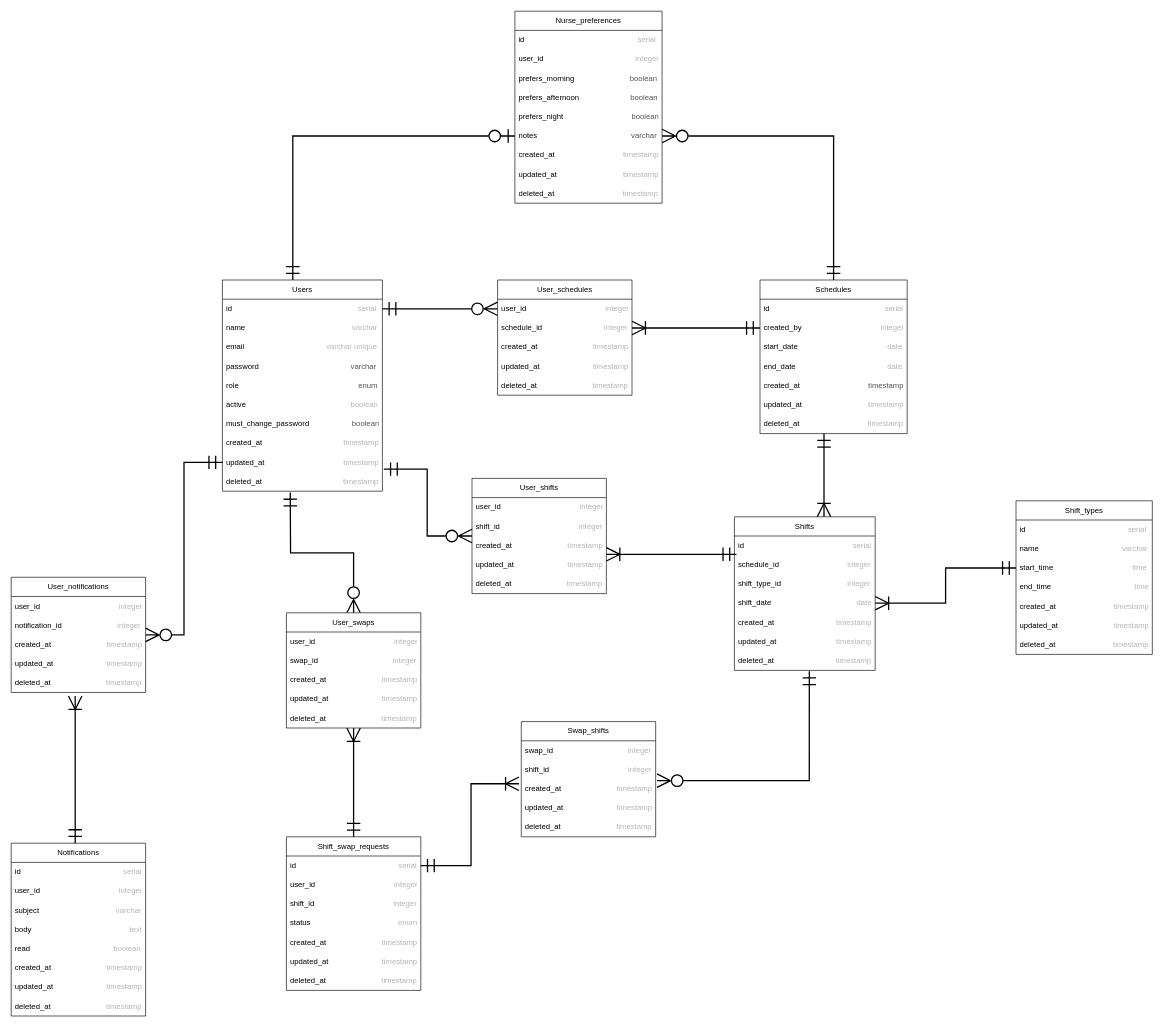
Earlier version of the draw.io diagram BD PI.drawio (isa17santos/pi-GestaoHorarios-Enfermagem). Source tidied: cells renumbered, new cells numbered last; positions are measured from the earlier drawing's top-left corner, leaving out a move shared by most shapes. Both pictures are drawn from the tidied source at 64%, with x=0, y=0 at pixel (11, 11).
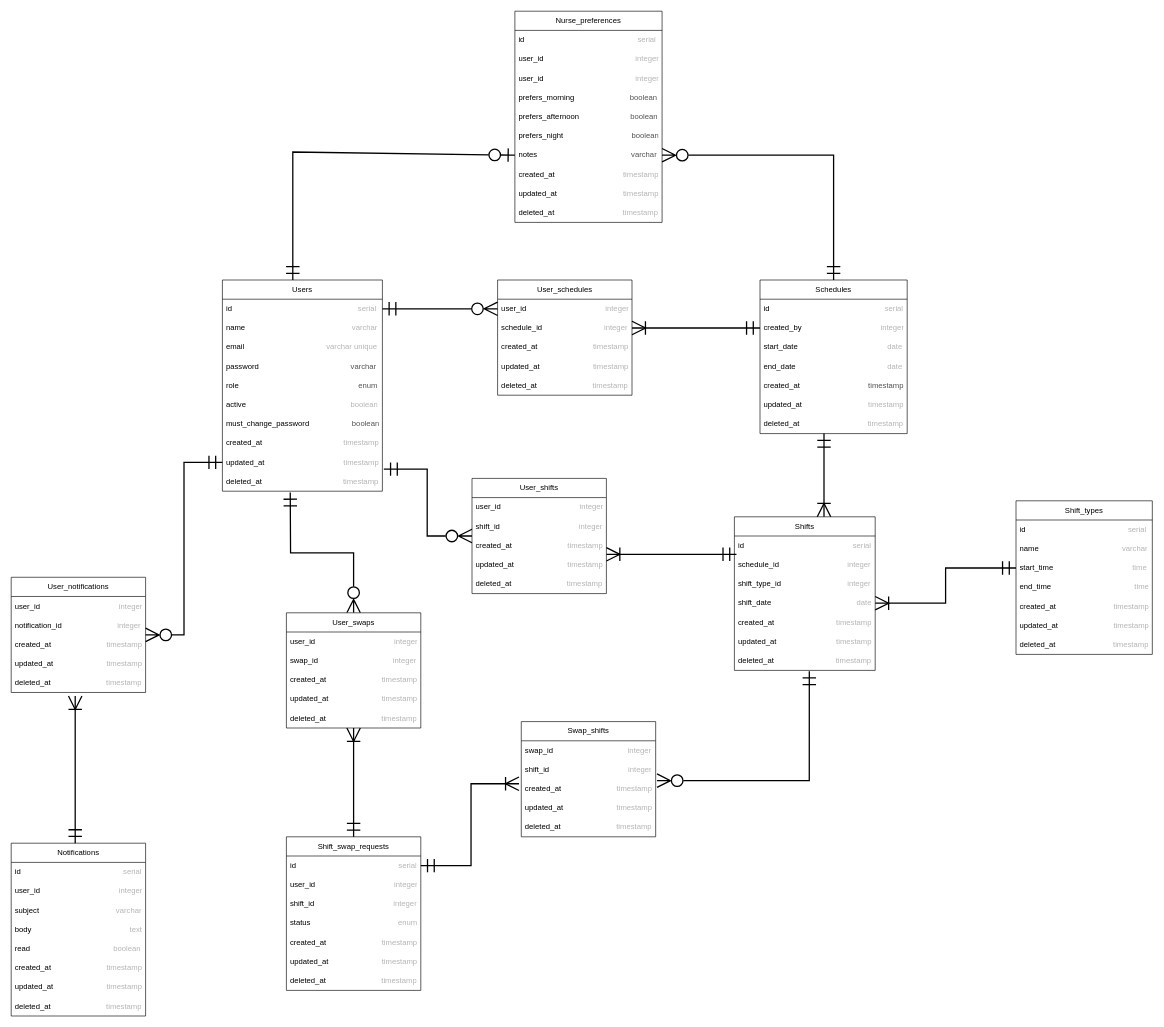
The same page after the edit.

The change refers to these unchanged cells:
```xml
<mxCell id="2" value="Users" style="swimlane;fontStyle=0;horizontal=1;startSize=30;whiteSpace=wrap;html=1;direction=east;" parent="1" vertex="1">
  <mxGeometry x="330" y="420" width="250" height="330" as="geometry" />
</mxCell>
```

What changed in the source:
```diff
@@
     <mxCell id="13" value="Nurse_preferences" style="swimlane;fontStyle=0;horizontal=1;startSize=30;whiteSpace=wrap;html=1;direction=east;" parent="1" vertex="1">
-      <mxGeometry x="787" width="230" height="300" as="geometry" />
+      <mxGeometry x="787" width="230" height="330" as="geometry" />
     </mxCell>
@@
+    <mxCell id="108" value="user_id&amp;nbsp; &amp;nbsp; &amp;nbsp; &amp;nbsp; &amp;nbsp; &amp;nbsp; &amp;nbsp; &amp;nbsp; &amp;nbsp; &amp;nbsp; &amp;nbsp; &amp;nbsp; &amp;nbsp; &amp;nbsp; &amp;nbsp; &amp;nbsp; &amp;nbsp; &amp;nbsp; &amp;nbsp; &amp;nbsp; &amp;nbsp; &amp;nbsp;&lt;span style=&quot;color: rgb(180, 180, 180);&quot;&gt;integer&lt;/span&gt;" style="text;strokeColor=none;fillColor=none;align=left;verticalAlign=middle;spacingLeft=4;spacingRight=4;overflow=hidden;whiteSpace=wrap;html=1;" parent="13" vertex="1">
+      <mxGeometry y="90" width="230" height="30" as="geometry" />
+    </mxCell>
     <mxCell id="16" value="prefers_morning&amp;nbsp; &amp;nbsp; &amp;nbsp; &amp;nbsp; &amp;nbsp; &amp;nbsp; &amp;nbsp; &amp;nbsp; &amp;nbsp; &amp;nbsp; &amp;nbsp; &amp;nbsp; &amp;nbsp;&amp;nbsp;&lt;span&gt;&lt;font style=&quot;color: light-dark(rgb(82, 82, 82), rgb(82, 82, 82));&quot;&gt;boolean&lt;/font&gt;&lt;/span&gt;" style="text;strokeColor=none;fillColor=none;align=left;verticalAlign=middle;spacingLeft=4;spacingRight=4;overflow=hidden;whiteSpace=wrap;html=1;" parent="13" vertex="1">
-      <mxGeometry y="90" width="230" height="30" as="geometry" />
+      <mxGeometry y="120" width="230" height="30" as="geometry" />
     </mxCell>
     <mxCell id="17" value="prefers_afternoon&amp;nbsp; &amp;nbsp; &amp;nbsp; &amp;nbsp; &amp;nbsp; &amp;nbsp; &amp;nbsp; &amp;nbsp; &amp;nbsp; &amp;nbsp; &amp;nbsp; &amp;nbsp;&amp;nbsp;&lt;span&gt;&lt;font style=&quot;color: light-dark(rgb(82, 82, 82), rgb(82, 82, 82));&quot;&gt;boolean&lt;/font&gt;&lt;/span&gt;" style="text;strokeColor=none;fillColor=none;align=left;verticalAlign=middle;spacingLeft=4;spacingRight=4;overflow=hidden;whiteSpace=wrap;html=1;" parent="13" vertex="1">
-      <mxGeometry y="120" width="230" height="30" as="geometry" />
+      <mxGeometry y="150" width="230" height="30" as="geometry" />
     </mxCell>
     <mxCell id="18" value="prefers_night&amp;nbsp; &amp;nbsp; &amp;nbsp; &amp;nbsp; &amp;nbsp; &amp;nbsp; &amp;nbsp; &amp;nbsp; &amp;nbsp; &amp;nbsp; &amp;nbsp; &amp;nbsp; &amp;nbsp; &amp;nbsp; &amp;nbsp; &amp;nbsp;&amp;nbsp;&lt;span&gt;&lt;font style=&quot;color: light-dark(rgb(82, 82, 82), rgb(82, 82, 82));&quot;&gt;boolean&lt;/font&gt;&lt;/span&gt;" style="text;strokeColor=none;fillColor=none;align=left;verticalAlign=middle;spacingLeft=4;spacingRight=4;overflow=hidden;whiteSpace=wrap;html=1;" parent="13" vertex="1">
-      <mxGeometry y="150" width="230" height="30" as="geometry" />
+      <mxGeometry y="180" width="230" height="30" as="geometry" />
     </mxCell>
     <mxCell id="19" value="notes&amp;nbsp; &amp;nbsp; &amp;nbsp; &amp;nbsp; &amp;nbsp; &amp;nbsp; &amp;nbsp; &amp;nbsp; &amp;nbsp; &amp;nbsp; &amp;nbsp; &amp;nbsp; &amp;nbsp; &amp;nbsp; &amp;nbsp; &amp;nbsp; &amp;nbsp; &amp;nbsp; &amp;nbsp; &amp;nbsp; &amp;nbsp; &amp;nbsp;&amp;nbsp;&lt;span&gt;&lt;font style=&quot;color: light-dark(rgb(82, 82, 82), rgb(82, 82, 82));&quot;&gt;varchar&amp;nbsp;&lt;/font&gt;&lt;/span&gt;" style="text;strokeColor=none;fillColor=none;align=left;verticalAlign=middle;spacingLeft=4;spacingRight=4;overflow=hidden;points=[[0,0.5],[1,0.5]];portConstraint=eastwest;whiteSpace=wrap;html=1;" parent="13" vertex="1">
-      <mxGeometry y="180" width="230" height="30" as="geometry" />
+      <mxGeometry y="210" width="230" height="30" as="geometry" />
     </mxCell>
     <mxCell id="20" value="created_at&amp;nbsp; &amp;nbsp; &amp;nbsp; &amp;nbsp; &amp;nbsp; &amp;nbsp; &amp;nbsp; &amp;nbsp; &amp;nbsp; &amp;nbsp; &amp;nbsp; &amp;nbsp; &amp;nbsp; &amp;nbsp; &amp;nbsp; &amp;nbsp;&amp;nbsp;&lt;span style=&quot;color: rgb(180, 180, 180);&quot;&gt;timestamp&lt;/span&gt;" style="text;strokeColor=none;fillColor=none;align=left;verticalAlign=middle;spacingLeft=4;spacingRight=4;overflow=hidden;whiteSpace=wrap;html=1;" parent="13" vertex="1">
-      <mxGeometry y="210" width="230" height="30" as="geometry" />
+      <mxGeometry y="240" width="230" height="30" as="geometry" />
     </mxCell>
     <mxCell id="21" value="updated_at&amp;nbsp; &amp;nbsp; &amp;nbsp; &amp;nbsp; &amp;nbsp; &amp;nbsp; &amp;nbsp; &amp;nbsp; &amp;nbsp; &amp;nbsp; &amp;nbsp; &amp;nbsp; &amp;nbsp; &amp;nbsp; &amp;nbsp; &amp;nbsp;&lt;span style=&quot;color: rgb(180, 180, 180);&quot;&gt;timestamp&lt;/span&gt;" style="text;strokeColor=none;fillColor=none;align=left;verticalAlign=middle;spacingLeft=4;spacingRight=4;overflow=hidden;whiteSpace=wrap;html=1;" parent="13" vertex="1">
-      <mxGeometry y="240" width="230" height="30" as="geometry" />
+      <mxGeometry y="270" width="230" height="30" as="geometry" />
     </mxCell>
     <mxCell id="22" value="deleted_at&amp;nbsp; &amp;nbsp; &amp;nbsp; &amp;nbsp; &amp;nbsp; &amp;nbsp; &amp;nbsp; &amp;nbsp; &amp;nbsp; &amp;nbsp; &amp;nbsp; &amp;nbsp; &amp;nbsp; &amp;nbsp; &amp;nbsp; &amp;nbsp; &lt;span style=&quot;color: rgb(180, 180, 180);&quot;&gt;timestamp&lt;/span&gt;" style="text;strokeColor=none;fillColor=none;align=left;verticalAlign=middle;spacingLeft=4;spacingRight=4;overflow=hidden;whiteSpace=wrap;html=1;" parent="13" vertex="1">
-      <mxGeometry y="270" width="230" height="30" as="geometry" />
+      <mxGeometry y="300" width="230" height="30" as="geometry" />
     </mxCell>
@@
     <mxCell id="65" style="rounded=0;jettySize=auto;html=1;exitX=0;exitY=0.5;exitDx=0;exitDy=0;entryX=0.44;entryY=0;entryDx=0;entryDy=0;endArrow=ERmandOne;endFill=0;elbow=vertical;startArrow=ERzeroToOne;startFill=0;strokeColor=light-dark(#000000,#FFFFFF);sourcePerimeterSpacing=0;targetPerimeterSpacing=0;startSize=18;endSize=18;strokeWidth=2;entryPerimeter=0;" parent="1" edge="1" source="19" target="2">
       <mxGeometry relative="1" as="geometry">
         <Array as="points">
-          <mxPoint x="440" y="195" />
+          <mxPoint x="440" y="220" />
         </Array>
       </mxGeometry>
     </mxCell>
```
